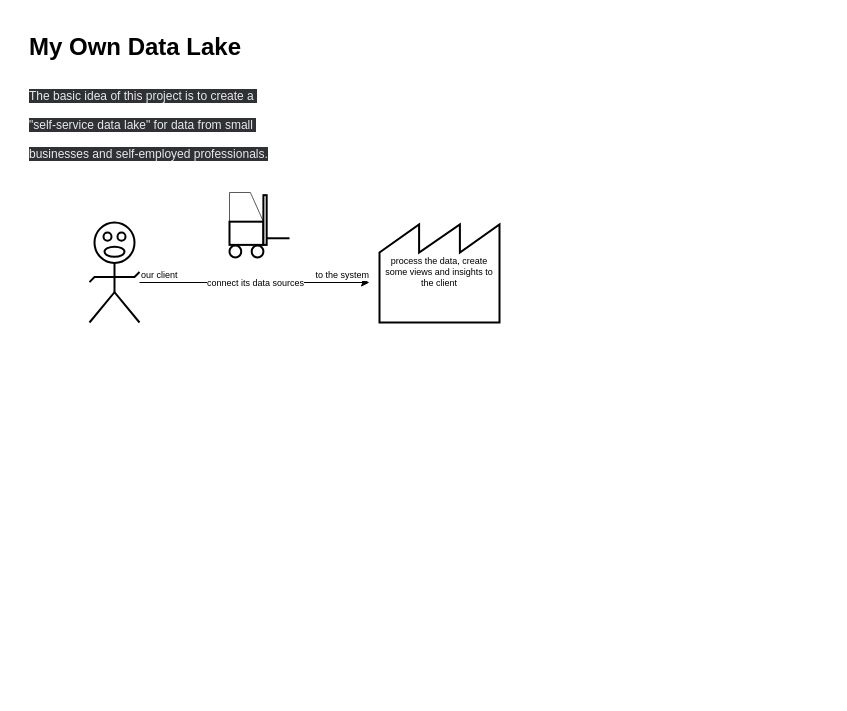
Above: project_structure/main_project.drawio in aureliowozhiak/my_own_data_lake (draw.io), before the change. Source tidied: cells renumbered, new cells numbered last; positions are measured from the earlier drawing's top-left corner, leaving out a move shared by most shapes. Both pictures are drawn from the tidied source at 100%, with x=0, y=0 at pixel (24, 27).
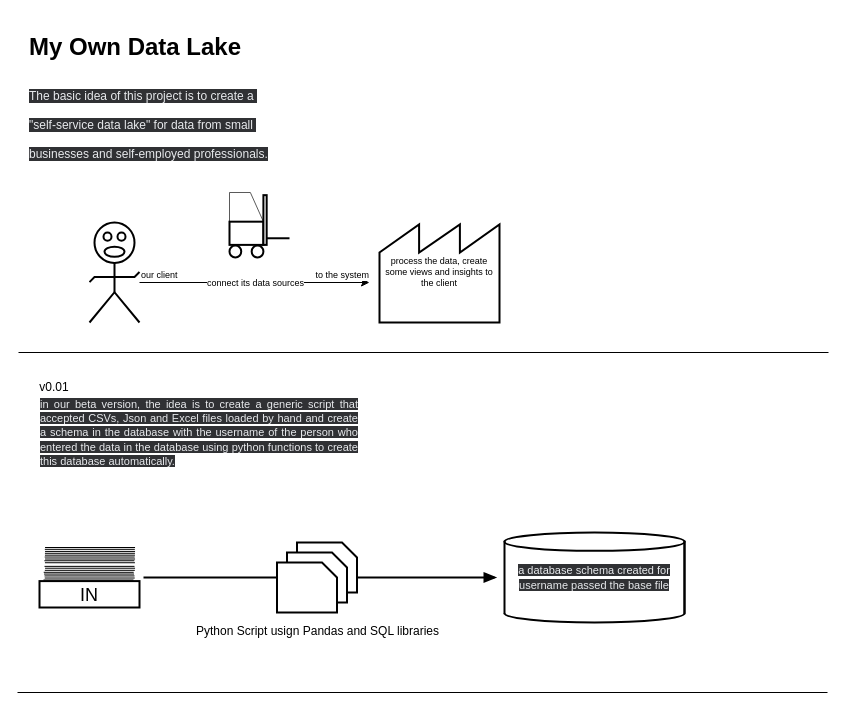
The same diagram, later.

What changed in the source:
```diff
@@
+    <mxCell id="10" style="endArrow=none;html=1;" parent="1" edge="1">
+      <mxGeometry relative="1" as="geometry">
+        <mxPoint x="-6" y="325" as="sourcePoint" />
+        <mxPoint x="804" y="325" as="targetPoint" />
+      </mxGeometry>
+    </mxCell>
+    <mxCell id="11" value="Python Script usign Pandas and SQL libraries" style="verticalLabelPosition=bottom;html=1;verticalAlign=top;strokeWidth=2;shape=mxgraph.lean_mapping.batched_kanban;" parent="1" vertex="1">
+      <mxGeometry x="115" y="510" width="355" height="80" as="geometry" />
+    </mxCell>
+    <mxCell id="12" value="&lt;table cellpadding=&quot;0&quot; cellspacing=&quot;0&quot; style=&quot;font-size:1.5em;width:100%;height:100%;&quot;&gt;&lt;tr&gt;&lt;td height=&quot;65%&quot;&gt;&lt;/td&gt;&lt;/tr&gt;&lt;tr&gt;&lt;td align=&quot;center&quot; height=&quot;35%&quot;&gt;IN&lt;/td&gt;&lt;/tr&gt;&lt;/table&gt;" style="strokeWidth=2;html=1;shape=mxgraph.lean_mapping.orders;overflow=fill;" parent="1" vertex="1">
+      <mxGeometry x="15" y="520" width="100" height="60" as="geometry" />
+    </mxCell>
+    <mxCell id="13" style="strokeWidth=2;html=1;shape=mxgraph.lean_mapping.mrp_erp;whiteSpace=wrap;" parent="1" vertex="1">
+      <mxGeometry x="480" y="505" width="180" height="90" as="geometry" />
+    </mxCell>
+    <mxCell id="14" value="v0.01" style="text;html=1;strokeColor=none;fillColor=none;align=center;verticalAlign=middle;whiteSpace=wrap;rounded=0;" parent="1" vertex="1">
+      <mxGeometry y="345" width="60" height="30" as="geometry" />
+    </mxCell>
+    <mxCell id="15" value="&lt;div style=&quot;text-align: justify&quot;&gt;&lt;span style=&quot;font-size: 11px ; background-color: rgb(48 , 49 , 52) ; color: rgb(232 , 234 , 237) ; font-family: &amp;#34;arial&amp;#34; , sans-serif ; text-align: left&quot;&gt;in our beta version, the idea is to create a generic script that accepted CSVs, Json and Excel files loaded by hand and create a schema in the database with the username of the person who entered the data in the database using python functions to create this database automatically.&lt;/span&gt;&lt;/div&gt;" style="text;html=1;strokeColor=none;fillColor=none;align=center;verticalAlign=middle;whiteSpace=wrap;rounded=0;" parent="1" vertex="1">
+      <mxGeometry x="15" y="355" width="320" height="100" as="geometry" />
+    </mxCell>
+    <mxCell id="16" value="&lt;div&gt;&lt;span style=&quot;font-size: 11px ; background-color: rgb(48 , 49 , 52) ; color: rgb(232 , 234 , 237) ; font-family: &amp;#34;arial&amp;#34; , sans-serif&quot;&gt;a database schema created for username passed the base file&lt;/span&gt;&lt;/div&gt;" style="text;html=1;strokeColor=none;fillColor=none;align=center;verticalAlign=middle;whiteSpace=wrap;rounded=0;" parent="1" vertex="1">
+      <mxGeometry x="490" y="530" width="160" height="40" as="geometry" />
+    </mxCell>
+    <mxCell id="17" style="endArrow=none;html=1;" parent="1" edge="1">
+      <mxGeometry relative="1" as="geometry">
+        <mxPoint x="-7" y="665" as="sourcePoint" />
+        <mxPoint x="803" y="665" as="targetPoint" />
+      </mxGeometry>
+    </mxCell>
```
